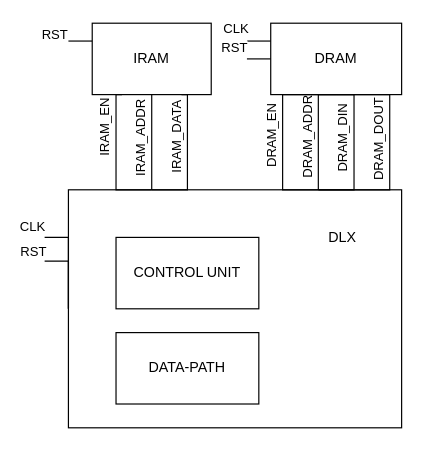
Above: diagrams/dlx.drawio in gabrielganzer/DLX-Microprocessor (draw.io), before the change. Source tidied: cells renumbered, new cells numbered last; positions are measured from the earlier drawing's top-left corner, leaving out a move shared by most shapes. Both pictures are drawn from the tidied source at 119%, with x=0, y=0 at pixel (35, 23).
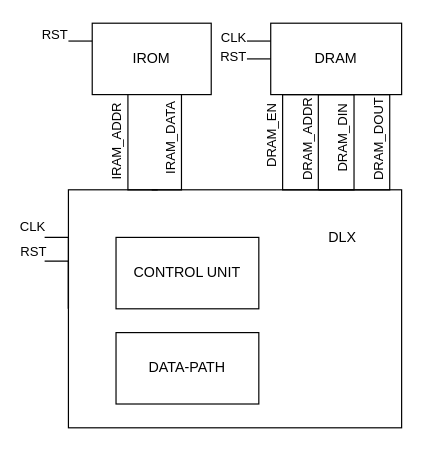
Above is the later version.

The change refers to these unchanged cells:
```xml
<mxCell id="7" style="rounded=0;whiteSpace=wrap;html=1;fillColor=none;" parent="1" vertex="1">
  <mxGeometry x="28" y="140" width="280" height="200" as="geometry" />
</mxCell>
<mxCell id="19" style="edgeStyle=orthogonalEdgeStyle;rounded=0;jettySize=auto;html=1;exitX=0.5;exitY=1;exitDx=0;exitDy=0;entryX=0.75;entryY=0;entryDx=0;entryDy=0;endArrow=none;endFill=0;" parent="1" edge="1" source="31" target="7">
  <mxGeometry relative="1" as="geometry">
    <Array as="points">
      <mxPoint x="238" y="60" />
    </Array>
  </mxGeometry>
</mxCell>
<mxCell id="27" style="edgeStyle=orthogonalEdgeStyle;rounded=0;jettySize=auto;html=1;exitX=0;exitY=0.25;exitDx=0;exitDy=0;endArrow=none;endFill=0;" parent="1" edge="1" source="31">
  <mxGeometry relative="1" as="geometry">
    <mxPoint x="178" y="14.9" as="targetPoint" />
  </mxGeometry>
</mxCell>
<mxCell id="29" style="edgeStyle=orthogonalEdgeStyle;rounded=0;jettySize=auto;html=1;exitX=0;exitY=0.5;exitDx=0;exitDy=0;endArrow=none;endFill=0;" parent="1" edge="1" source="31">
  <mxGeometry relative="1" as="geometry">
    <mxPoint x="178" y="29.9" as="targetPoint" />
  </mxGeometry>
</mxCell>
```

Diff of the diagram source:
```diff
@@
-    <mxCell id="10" style="edgeStyle=orthogonalEdgeStyle;rounded=0;jettySize=auto;html=1;exitX=0.5;exitY=1;exitDx=0;exitDy=0;entryX=0.25;entryY=0;entryDx=0;entryDy=0;endArrow=none;endFill=0;" parent="1" edge="1" source="18" target="7">
-      <mxGeometry relative="1" as="geometry" />
+    <mxCell id="10" style="edgeStyle=orthogonalEdgeStyle;rounded=0;orthogonalLoop=1;jettySize=auto;html=1;exitX=0.25;exitY=1;exitDx=0;exitDy=0;endArrow=none;endFill=0;entryX=0.25;entryY=0;entryDx=0;entryDy=0;" parent="1" edge="1">
+      <mxGeometry relative="1" as="geometry">
+        <mxPoint x="78" y="60" as="sourcePoint" />
+        <mxPoint x="103" y="140" as="targetPoint" />
+        <Array as="points">
+          <mxPoint x="78" y="140" />
+        </Array>
+      </mxGeometry>
     </mxCell>
     <mxCell id="11" value="IRAM_ADDR" style="edgeLabel;html=1;align=center;verticalAlign=middle;horizontal=0;" parent="10" vertex="1">
       <mxGeometry x="-0.05" relative="1" as="geometry">
-        <mxPoint x="-10" as="offset" />
+        <mxPoint x="-10" y="-9" as="offset" />
       </mxGeometry>
     </mxCell>
     <mxCell id="12" style="edgeStyle=orthogonalEdgeStyle;rounded=0;jettySize=auto;html=1;exitX=0.75;exitY=1;exitDx=0;exitDy=0;entryX=0.25;entryY=0;entryDx=0;entryDy=0;endArrow=none;endFill=0;" parent="1" edge="1" source="18" target="7">
       <mxGeometry relative="1" as="geometry">
         <Array as="points">
-          <mxPoint x="128" y="140" />
+          <mxPoint x="123" y="140" />
         </Array>
       </mxGeometry>
     </mxCell>
@@
-    <mxCell id="14" style="edgeStyle=orthogonalEdgeStyle;rounded=0;jettySize=auto;html=1;exitX=0.25;exitY=1;exitDx=0;exitDy=0;entryX=0.25;entryY=0;entryDx=0;entryDy=0;endArrow=none;endFill=0;" parent="1" edge="1" source="18" target="7">
-      <mxGeometry relative="1" as="geometry">
-        <Array as="points">
-          <mxPoint x="68" y="140" />
-        </Array>
-      </mxGeometry>
-    </mxCell>
-    <mxCell id="15" value="IRAM_EN" style="edgeLabel;html=1;align=center;verticalAlign=middle;horizontal=0;" parent="14" vertex="1">
-      <mxGeometry x="-0.4" y="1" relative="1" as="geometry">
-        <mxPoint x="-11" as="offset" />
-      </mxGeometry>
-    </mxCell>
@@
-    <mxCell id="18" value="IRAM" style="rounded=0;whiteSpace=wrap;html=1;fillColor=none;" parent="1" vertex="1">
+    <mxCell id="18" value="IROM" style="rounded=0;whiteSpace=wrap;html=1;fillColor=none;" parent="1" vertex="1">
       <mxGeometry x="48" width="100" height="60" as="geometry" />
     </mxCell>
@@
     <mxCell id="20" value="DRAM_ADDR" style="edgeLabel;html=1;align=center;verticalAlign=middle;horizontal=0;" parent="19" vertex="1">
       <mxGeometry x="0.09" relative="1" as="geometry">
-        <mxPoint x="-10" as="offset" />
+        <mxPoint x="-10" y="2" as="offset" />
       </mxGeometry>
     </mxCell>
@@
     <mxCell id="28" value="CLK" style="edgeLabel;html=1;align=right;verticalAlign=bottom;labelPosition=left;verticalLabelPosition=top;" parent="27" vertex="1">
       <mxGeometry x="1" y="-3" relative="1" as="geometry">
-        <mxPoint x="-1" y="-2" as="offset" />
+        <mxPoint x="-3" y="5" as="offset" />
       </mxGeometry>
     </mxCell>
@@
     <mxCell id="30" value="RST" style="edgeLabel;html=1;align=right;verticalAlign=bottom;labelPosition=left;verticalLabelPosition=top;" parent="29" vertex="1">
       <mxGeometry x="1" y="-1" relative="1" as="geometry">
-        <mxPoint y="-1" as="offset" />
+        <mxPoint x="-1" y="6" as="offset" />
       </mxGeometry>
     </mxCell>
```
